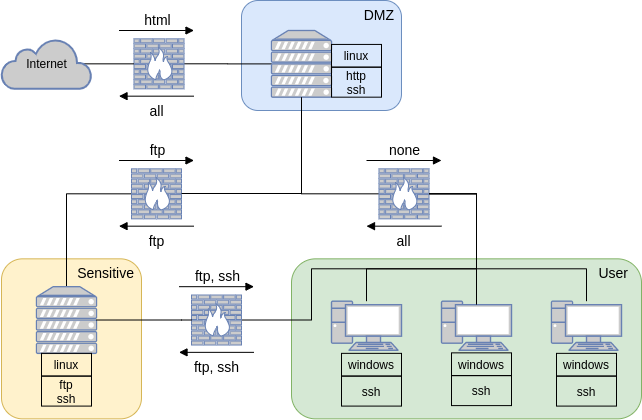
Before: docs/source/tutorials/example_network.png, a diagram exported from draw.io (Jjschwartz/NetworkAttackSimulator). Source tidied: cells renumbered, new cells last; positions are measured from the earlier drawing's top-left corner, leaving out a move shared by most shapes.
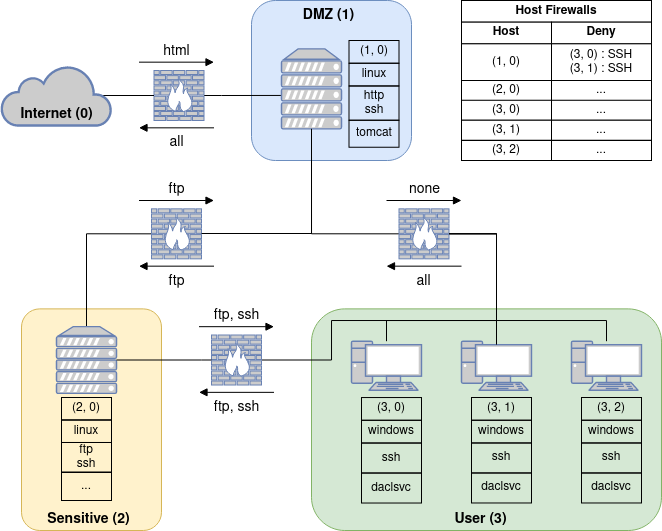
Above is the later version.

The edit, as a diff of the source:
```diff
@@ -2,30 +2,36 @@
   <root>
     <mxCell id="0" />
     <mxCell id="1" parent="0" />
-    <mxCell id="2" value="User" style="rounded=1;whiteSpace=wrap;html=1;verticalAlign=top;labelPosition=center;verticalLabelPosition=middle;align=right;fillColor=#d5e8d4;strokeColor=#82b366;spacingLeft=0;fontSize=14;spacingRight=11;" parent="1" vertex="1">
-      <mxGeometry x="290" y="258.3" width="350" height="160" as="geometry" />
+    <mxCell id="2" value="&lt;b&gt;User (3)&lt;/b&gt;" style="rounded=1;whiteSpace=wrap;html=1;verticalAlign=bottom;labelPosition=center;verticalLabelPosition=middle;align=center;fillColor=#d5e8d4;strokeColor=#82b366;spacingLeft=0;fontSize=14;spacingRight=11;" parent="1" vertex="1">
+      <mxGeometry x="290" y="268.4" width="350" height="221.6" as="geometry" />
     </mxCell>
-    <mxCell id="3" value="Sensitive" style="rounded=1;whiteSpace=wrap;html=1;verticalAlign=top;labelPosition=center;verticalLabelPosition=middle;align=right;fillColor=#fff2cc;strokeColor=#d6b656;spacingLeft=0;fontSize=14;spacingRight=5;" parent="1" vertex="1">
-      <mxGeometry y="258.3" width="140" height="160" as="geometry" />
+    <mxCell id="3" value="&lt;b&gt;Sensitive (2)&lt;/b&gt;" style="rounded=1;whiteSpace=wrap;html=1;verticalAlign=bottom;labelPosition=center;verticalLabelPosition=middle;align=center;fillColor=#fff2cc;strokeColor=#d6b656;spacingLeft=0;fontSize=14;spacingRight=5;arcSize=13;" parent="1" vertex="1">
+      <mxGeometry y="268.4" width="140" height="221.6" as="geometry" />
     </mxCell>
-    <mxCell id="4" value="DMZ" style="rounded=1;whiteSpace=wrap;html=1;verticalAlign=top;align=right;fillColor=#dae8fc;strokeColor=#6c8ebf;spacingLeft=0;fontSize=14;spacingRight=5;" parent="1" vertex="1">
-      <mxGeometry x="240" width="160" height="110" as="geometry" />
+    <mxCell id="4" value="&lt;b&gt;DMZ (1)&lt;/b&gt;" style="rounded=1;whiteSpace=wrap;html=1;verticalAlign=top;align=center;fillColor=#dae8fc;strokeColor=#6c8ebf;spacingLeft=0;fontSize=14;spacingRight=5;" parent="1" vertex="1">
+      <mxGeometry x="230" y="-40" width="160" height="160" as="geometry" />
     </mxCell>
-    <mxCell id="5" style="edgeStyle=orthogonalEdgeStyle;rounded=0;jettySize=auto;html=1;endArrow=none;endFill=0;fontColor=#000000;" parent="1" edge="1" source="6" target="8">
-      <mxGeometry relative="1" as="geometry" />
+    <mxCell id="5" style="edgeStyle=orthogonalEdgeStyle;rounded=0;jettySize=auto;html=1;endArrow=none;endFill=0;fontColor=#000000;" parent="1" edge="1" source="6">
+      <mxGeometry relative="1" as="geometry">
+        <mxPoint x="260" y="54.9" as="targetPoint" />
+        <Array as="points">
+          <mxPoint x="200" y="54.7" />
+          <mxPoint x="200" y="54.7" />
+        </Array>
+      </mxGeometry>
     </mxCell>
     <mxCell id="6" style="fontColor=#0066CC;verticalAlign=top;verticalLabelPosition=bottom;labelPosition=center;align=center;html=1;outlineConnect=0;fillColor=#CCCCCC;strokeColor=#6881B3;gradientColor=none;gradientDirection=north;strokeWidth=2;shape=mxgraph.networks.firewall;" parent="1" vertex="1">
-      <mxGeometry x="132.5" y="38.3" width="50" height="50" as="geometry" />
+      <mxGeometry x="132.5" y="30" width="50" height="50" as="geometry" />
     </mxCell>
     <mxCell id="7" style="edgeStyle=orthogonalEdgeStyle;rounded=0;jettySize=auto;html=1;endArrow=none;endFill=0;fontColor=#000000;exitX=0.5;exitY=1;exitDx=0;exitDy=0;exitPerimeter=0;entryX=0;entryY=0.5;entryDx=0;entryDy=0;entryPerimeter=0;" parent="1" edge="1" source="8" target="16">
       <mxGeometry relative="1" as="geometry">
         <Array as="points">
-          <mxPoint x="300" y="193" />
+          <mxPoint x="290" y="193" />
         </Array>
       </mxGeometry>
     </mxCell>
     <mxCell id="8" style="fontColor=#0066CC;verticalAlign=top;verticalLabelPosition=bottom;labelPosition=center;align=center;html=1;outlineConnect=0;fillColor=#CCCCCC;strokeColor=#6881B3;gradientColor=none;gradientDirection=north;strokeWidth=2;shape=mxgraph.networks.server;" parent="1" vertex="1">
-      <mxGeometry x="270" y="30" width="60" height="66.7" as="geometry" />
+      <mxGeometry x="260" y="8.3" width="60" height="80" as="geometry" />
     </mxCell>
     <mxCell id="9" style="edgeStyle=orthogonalEdgeStyle;rounded=0;jettySize=auto;html=1;endArrow=none;endFill=0;fontColor=#000000;entryX=0;entryY=0.5;entryDx=0;entryDy=0;entryPerimeter=0;" parent="1" edge="1" source="10" target="14">
       <mxGeometry relative="1" as="geometry">
@@ -52,8 +58,9 @@
     <mxCell id="15" style="edgeStyle=orthogonalEdgeStyle;rounded=0;jettySize=auto;html=1;endArrow=none;endFill=0;fontColor=#000000;" parent="1" edge="1" source="16" target="11">
       <mxGeometry relative="1" as="geometry">
         <Array as="points">
-          <mxPoint x="475" y="268.3" />
-          <mxPoint x="365" y="268.3" />
+          <mxPoint x="475" y="193" />
+          <mxPoint x="475" y="280" />
+          <mxPoint x="365" y="280" />
         </Array>
       </mxGeometry>
     </mxCell>
@@ -63,13 +70,13 @@
     <mxCell id="17" style="edgeStyle=orthogonalEdgeStyle;rounded=0;jettySize=auto;html=1;fontColor=#000000;endArrow=none;endFill=0;exitX=0.06;exitY=0.5;exitDx=0;exitDy=0;exitPerimeter=0;" parent="1" edge="1" source="18" target="6">
       <mxGeometry relative="1" as="geometry" />
     </mxCell>
-    <mxCell id="18" value="Internet" style="html=1;outlineConnect=0;fillColor=#CCCCCC;strokeColor=#6881B3;gradientColor=none;gradientDirection=north;strokeWidth=2;shape=mxgraph.networks.cloud;" parent="1" vertex="1">
-      <mxGeometry y="38.3" width="90" height="50" as="geometry" />
+    <mxCell id="18" value="&lt;div style=&quot;font-size: 14px&quot;&gt;&lt;b style=&quot;font-size: 14px&quot;&gt;&lt;font style=&quot;font-size: 14px&quot;&gt;Internet (0)&lt;br style=&quot;font-size: 14px&quot;&gt;&lt;/font&gt;&lt;/b&gt;&lt;/div&gt;" style="html=1;outlineConnect=0;fillColor=#CCCCCC;strokeColor=#6881B3;gradientColor=none;gradientDirection=north;strokeWidth=2;shape=mxgraph.networks.cloud;verticalAlign=bottom;fontSize=14;" parent="1" vertex="1">
+      <mxGeometry x="-20" y="25" width="110" height="60" as="geometry" />
     </mxCell>
     <mxCell id="19" style="edgeStyle=orthogonalEdgeStyle;rounded=0;jettySize=auto;html=1;endArrow=none;endFill=0;fontColor=#000000;exitX=0.5;exitY=1;exitDx=0;exitDy=0;exitPerimeter=0;" parent="1" edge="1" source="8" target="14">
       <mxGeometry relative="1" as="geometry">
         <Array as="points">
-          <mxPoint x="300" y="193" />
+          <mxPoint x="290" y="193" />
         </Array>
       </mxGeometry>
     </mxCell>
@@ -84,108 +91,178 @@
     <mxCell id="21" style="edgeStyle=orthogonalEdgeStyle;rounded=0;jettySize=auto;html=1;endArrow=none;endFill=0;fontColor=#000000;" parent="1" edge="1" source="16" target="13">
       <mxGeometry relative="1" as="geometry">
         <Array as="points">
-          <mxPoint x="475" y="268.3" />
-          <mxPoint x="585" y="268.3" />
+          <mxPoint x="475" y="193" />
+          <mxPoint x="475" y="280" />
+          <mxPoint x="585" y="280" />
         </Array>
       </mxGeometry>
     </mxCell>
     <mxCell id="22" value="http&lt;br&gt;ssh" style="text;html=1;align=center;verticalAlign=middle;whiteSpace=wrap;rounded=0;fontSize=12;strokeColor=#000000;" parent="1" vertex="1">
-      <mxGeometry x="330" y="66.7" width="50" height="30" as="geometry" />
+      <mxGeometry x="327.5" y="45.5" width="50" height="34.3" as="geometry" />
     </mxCell>
     <mxCell id="23" value="linux" style="text;html=1;align=center;verticalAlign=middle;whiteSpace=wrap;rounded=0;fontSize=12;strokeColor=#000000;" parent="1" vertex="1">
-      <mxGeometry x="330" y="43.9" width="50" height="22.7" as="geometry" />
+      <mxGeometry x="327.5" y="22.7" width="50" height="22.7" as="geometry" />
     </mxCell>
     <mxCell id="24" value="ftp&lt;br&gt;ssh" style="text;html=1;align=center;verticalAlign=middle;whiteSpace=wrap;rounded=0;fontSize=12;strokeColor=#000000;" parent="1" vertex="1">
-      <mxGeometry x="40" y="375.6" width="50" height="30" as="geometry" />
+      <mxGeometry x="40" y="402" width="50" height="30" as="geometry" />
     </mxCell>
     <mxCell id="25" value="linux" style="text;html=1;align=center;verticalAlign=middle;whiteSpace=wrap;rounded=0;fontSize=12;strokeColor=#000000;" parent="1" vertex="1">
-      <mxGeometry x="40" y="352.8" width="50" height="22.7" as="geometry" />
+      <mxGeometry x="40" y="379.2" width="50" height="22.7" as="geometry" />
     </mxCell>
     <mxCell id="26" value="ssh" style="text;html=1;align=center;verticalAlign=middle;whiteSpace=wrap;rounded=0;fontSize=12;strokeColor=#000000;" parent="1" vertex="1">
-      <mxGeometry x="340" y="375.6" width="60" height="30" as="geometry" />
+      <mxGeometry x="340" y="402.5" width="60" height="30" as="geometry" />
     </mxCell>
     <mxCell id="27" value="windows" style="text;html=1;align=center;verticalAlign=middle;whiteSpace=wrap;rounded=0;fontSize=12;strokeColor=#000000;" parent="1" vertex="1">
-      <mxGeometry x="340" y="352.8" width="60" height="22.7" as="geometry" />
+      <mxGeometry x="340" y="379.8" width="60" height="22.7" as="geometry" />
     </mxCell>
-    <mxCell id="28" value="ssh" style="text;html=1;align=center;verticalAlign=middle;whiteSpace=wrap;rounded=0;fontSize=12;strokeColor=#000000;" parent="1" vertex="1">
-      <mxGeometry x="450" y="375.1" width="60" height="30" as="geometry" />
+    <mxCell id="28" style="edgeStyle=orthogonalEdgeStyle;rounded=0;jettySize=auto;html=1;exitX=1;exitY=0.5;exitDx=0;exitDy=0;exitPerimeter=0;entryX=0.5;entryY=0.07;entryDx=0;entryDy=0;entryPerimeter=0;endArrow=none;endFill=0;fontSize=14;fontColor=#000000;align=right;" parent="1" edge="1" source="29" target="12">
+      <mxGeometry relative="1" as="geometry">
+        <Array as="points">
+          <mxPoint x="310" y="320" />
+          <mxPoint x="310" y="280" />
+          <mxPoint x="475" y="280" />
+        </Array>
+      </mxGeometry>
     </mxCell>
-    <mxCell id="29" value="windows" style="text;html=1;align=center;verticalAlign=middle;whiteSpace=wrap;rounded=0;fontSize=12;strokeColor=#000000;" parent="1" vertex="1">
-      <mxGeometry x="450" y="352.4" width="60" height="22.7" as="geometry" />
+    <mxCell id="29" style="fontColor=#0066CC;verticalAlign=top;verticalLabelPosition=bottom;labelPosition=center;align=center;html=1;outlineConnect=0;fillColor=#CCCCCC;strokeColor=#6881B3;gradientColor=none;gradientDirection=north;strokeWidth=2;shape=mxgraph.networks.firewall;" parent="1" vertex="1">
+      <mxGeometry x="190" y="294.5" width="50" height="50" as="geometry" />
     </mxCell>
-    <mxCell id="30" value="ssh" style="text;html=1;align=center;verticalAlign=middle;whiteSpace=wrap;rounded=0;fontSize=12;strokeColor=#000000;" parent="1" vertex="1">
-      <mxGeometry x="555" y="375.6" width="60" height="30" as="geometry" />
+    <mxCell id="30" style="edgeStyle=orthogonalEdgeStyle;rounded=0;jettySize=auto;html=1;endArrow=none;endFill=0;fontColor=#000000;entryX=1;entryY=0.5;entryDx=0;entryDy=0;entryPerimeter=0;exitX=0;exitY=0.5;exitDx=0;exitDy=0;exitPerimeter=0;" parent="1" edge="1" source="29" target="10">
+      <mxGeometry relative="1" as="geometry">
+        <Array as="points">
+          <mxPoint x="180" y="319.3" />
+          <mxPoint x="180" y="319.3" />
+        </Array>
+      </mxGeometry>
     </mxCell>
-    <mxCell id="31" value="windows" style="text;html=1;align=center;verticalAlign=middle;whiteSpace=wrap;rounded=0;fontSize=12;strokeColor=#000000;" parent="1" vertex="1">
-      <mxGeometry x="555" y="352.8" width="60" height="22.7" as="geometry" />
+    <mxCell id="31" value="html" style="html=1;verticalAlign=bottom;endArrow=block;fontSize=14;fontColor=#000000;align=center;" parent="1" edge="1">
+      <mxGeometry relative="1" as="geometry">
+        <mxPoint x="117.5" y="21.7" as="sourcePoint" />
+        <mxPoint x="192.5" y="21.7" as="targetPoint" />
+      </mxGeometry>
     </mxCell>
-    <mxCell id="32" style="edgeStyle=orthogonalEdgeStyle;rounded=0;jettySize=auto;html=1;exitX=1;exitY=0.5;exitDx=0;exitDy=0;exitPerimeter=0;entryX=0.5;entryY=0.07;entryDx=0;entryDy=0;entryPerimeter=0;endArrow=none;endFill=0;fontSize=14;fontColor=#000000;align=right;" parent="1" edge="1" source="33" target="12">
+    <mxCell id="32" value="all" style="html=1;verticalAlign=top;endArrow=block;fontSize=14;fontColor=#000000;align=center;" parent="1" edge="1">
       <mxGeometry relative="1" as="geometry">
-        <Array as="points">
-          <mxPoint x="310" y="319.3" />
-          <mxPoint x="310" y="268.3" />
-          <mxPoint x="475" y="268.3" />
-        </Array>
+        <mxPoint x="192.5" y="87.3" as="sourcePoint" />
+        <mxPoint x="117.5" y="87.3" as="targetPoint" />
       </mxGeometry>
     </mxCell>
-    <mxCell id="33" style="fontColor=#0066CC;verticalAlign=top;verticalLabelPosition=bottom;labelPosition=center;align=center;html=1;outlineConnect=0;fillColor=#CCCCCC;strokeColor=#6881B3;gradientColor=none;gradientDirection=north;strokeWidth=2;shape=mxgraph.networks.firewall;" parent="1" vertex="1">
-      <mxGeometry x="190" y="294.5" width="50" height="50" as="geometry" />
+    <mxCell id="33" value="ftp" style="html=1;verticalAlign=bottom;endArrow=block;fontSize=14;fontColor=#000000;align=center;" parent="1" edge="1">
+      <mxGeometry relative="1" as="geometry">
+        <mxPoint x="117.5" y="160" as="sourcePoint" />
+        <mxPoint x="192.5" y="160" as="targetPoint" />
+      </mxGeometry>
     </mxCell>
-    <mxCell id="34" style="edgeStyle=orthogonalEdgeStyle;rounded=0;jettySize=auto;html=1;endArrow=none;endFill=0;fontColor=#000000;entryX=1;entryY=0.5;entryDx=0;entryDy=0;entryPerimeter=0;exitX=0;exitY=0.5;exitDx=0;exitDy=0;exitPerimeter=0;" parent="1" edge="1" source="33" target="10">
+    <mxCell id="34" value="ftp" style="html=1;verticalAlign=top;endArrow=block;fontSize=14;fontColor=#000000;align=center;" parent="1" edge="1">
       <mxGeometry relative="1" as="geometry">
-        <Array as="points">
-          <mxPoint x="180" y="319.3" />
-          <mxPoint x="180" y="319.3" />
-        </Array>
+        <mxPoint x="192.5" y="225.7" as="sourcePoint" />
+        <mxPoint x="117.5" y="225.7" as="targetPoint" />
       </mxGeometry>
     </mxCell>
-    <mxCell id="35" value="html" style="html=1;verticalAlign=bottom;endArrow=block;fontSize=14;fontColor=#000000;align=center;" parent="1" edge="1">
+    <mxCell id="35" value="ftp, ssh" style="html=1;verticalAlign=top;endArrow=block;fontSize=14;fontColor=#000000;align=center;" parent="1" edge="1">
       <mxGeometry relative="1" as="geometry">
-        <mxPoint x="117.5" y="30" as="sourcePoint" />
-        <mxPoint x="192.5" y="30" as="targetPoint" />
+        <mxPoint x="252.5" y="351.9" as="sourcePoint" />
+        <mxPoint x="177.5" y="351.9" as="targetPoint" />
       </mxGeometry>
     </mxCell>
-    <mxCell id="36" value="all" style="html=1;verticalAlign=top;endArrow=block;fontSize=14;fontColor=#000000;align=center;" parent="1" edge="1">
+    <mxCell id="36" value="ftp, ssh" style="html=1;verticalAlign=bottom;endArrow=block;fontSize=14;fontColor=#000000;align=center;" parent="1" edge="1">
       <mxGeometry relative="1" as="geometry">
-        <mxPoint x="192.5" y="95.7" as="sourcePoint" />
-        <mxPoint x="117.5" y="95.7" as="targetPoint" />
+        <mxPoint x="177.5" y="286.2" as="sourcePoint" />
+        <mxPoint x="252.5" y="286.2" as="targetPoint" />
       </mxGeometry>
     </mxCell>
-    <mxCell id="37" value="ftp" style="html=1;verticalAlign=bottom;endArrow=block;fontSize=14;fontColor=#000000;align=center;" parent="1" edge="1">
+    <mxCell id="37" value="none" style="html=1;verticalAlign=bottom;endArrow=block;fontSize=14;fontColor=#000000;align=center;" parent="1" edge="1">
       <mxGeometry relative="1" as="geometry">
-        <mxPoint x="117.5" y="160" as="sourcePoint" />
-        <mxPoint x="192.5" y="160" as="targetPoint" />
+        <mxPoint x="365" y="160" as="sourcePoint" />
+        <mxPoint x="440" y="160" as="targetPoint" />
       </mxGeometry>
     </mxCell>
-    <mxCell id="38" value="ftp" style="html=1;verticalAlign=top;endArrow=block;fontSize=14;fontColor=#000000;align=center;" parent="1" edge="1">
+    <mxCell id="38" value="all" style="html=1;verticalAlign=top;endArrow=block;fontSize=14;fontColor=#000000;align=center;" parent="1" edge="1">
       <mxGeometry relative="1" as="geometry">
-        <mxPoint x="192.5" y="225.7" as="sourcePoint" />
-        <mxPoint x="117.5" y="225.7" as="targetPoint" />
+        <mxPoint x="440" y="225.7" as="sourcePoint" />
+        <mxPoint x="365" y="225.7" as="targetPoint" />
       </mxGeometry>
     </mxCell>
-    <mxCell id="39" value="ftp, ssh" style="html=1;verticalAlign=top;endArrow=block;fontSize=14;fontColor=#000000;align=center;" parent="1" edge="1">
-      <mxGeometry relative="1" as="geometry">
-        <mxPoint x="252.5" y="351.9" as="sourcePoint" />
-        <mxPoint x="177.5" y="351.9" as="targetPoint" />
-      </mxGeometry>
+    <mxCell id="39" value="tomcat" style="text;html=1;align=center;verticalAlign=middle;whiteSpace=wrap;rounded=0;fontSize=12;strokeColor=#000000;" parent="1" vertex="1">
+      <mxGeometry x="327.5" y="79.7" width="50" height="27" as="geometry" />
     </mxCell>
-    <mxCell id="40" value="ftp, ssh" style="html=1;verticalAlign=bottom;endArrow=block;fontSize=14;fontColor=#000000;align=center;" parent="1" edge="1">
-      <mxGeometry relative="1" as="geometry">
-        <mxPoint x="177.5" y="286.2" as="sourcePoint" />
-        <mxPoint x="252.5" y="286.2" as="targetPoint" />
-      </mxGeometry>
+    <mxCell id="40" value="daclsvc" style="text;html=1;align=center;verticalAlign=middle;whiteSpace=wrap;rounded=0;fontSize=12;strokeColor=#000000;" parent="1" vertex="1">
+      <mxGeometry x="340" y="432.5" width="60" height="30" as="geometry" />
     </mxCell>
-    <mxCell id="41" value="none" style="html=1;verticalAlign=bottom;endArrow=block;fontSize=14;fontColor=#000000;align=center;" parent="1" edge="1">
-      <mxGeometry relative="1" as="geometry">
-        <mxPoint x="365" y="160" as="sourcePoint" />
-        <mxPoint x="440" y="160" as="targetPoint" />
-      </mxGeometry>
+    <mxCell id="41" value="..." style="text;html=1;align=center;verticalAlign=middle;whiteSpace=wrap;rounded=0;fontSize=12;strokeColor=#000000;" parent="1" vertex="1">
+      <mxGeometry x="40" y="431.5" width="50" height="28.5" as="geometry" />
     </mxCell>
-    <mxCell id="42" value="all" style="html=1;verticalAlign=top;endArrow=block;fontSize=14;fontColor=#000000;align=center;" parent="1" edge="1">
-      <mxGeometry relative="1" as="geometry">
-        <mxPoint x="440" y="225.7" as="sourcePoint" />
-        <mxPoint x="365" y="225.7" as="targetPoint" />
-      </mxGeometry>
+    <mxCell id="42" value="Host Firewalls" style="rounded=0;whiteSpace=wrap;html=1;fontStyle=1;" parent="1" vertex="1">
+      <mxGeometry x="440" y="-40" width="190" height="21.7" as="geometry" />
     </mxCell>
+    <mxCell id="43" value="Host" style="rounded=0;whiteSpace=wrap;html=1;fontStyle=1;" parent="1" vertex="1">
+      <mxGeometry x="440" y="-18.3" width="90" height="21.7" as="geometry" />
+    </mxCell>
+    <mxCell id="44" value="Deny" style="rounded=0;whiteSpace=wrap;html=1;fontStyle=1;" parent="1" vertex="1">
+      <mxGeometry x="530" y="-18.3" width="100" height="21.7" as="geometry" />
+    </mxCell>
+    <mxCell id="45" value="(1, 0)" style="rounded=0;whiteSpace=wrap;html=1;fontStyle=0;" parent="1" vertex="1">
+      <mxGeometry x="440" y="3.3" width="90" height="36.7" as="geometry" />
+    </mxCell>
+    <mxCell id="46" value="&lt;div&gt;(3, 0) : SSH&lt;/div&gt;&lt;div&gt;(3, 1) : SSH&lt;/div&gt;" style="rounded=0;whiteSpace=wrap;html=1;fontStyle=0;" parent="1" vertex="1">
+      <mxGeometry x="530" y="3.3" width="100" height="36.7" as="geometry" />
+    </mxCell>
+    <mxCell id="47" value="(2, 0)" style="text;html=1;align=center;verticalAlign=middle;whiteSpace=wrap;rounded=0;fontSize=12;strokeColor=#000000;" parent="1" vertex="1">
+      <mxGeometry x="40" y="357" width="50" height="22.7" as="geometry" />
+    </mxCell>
+    <mxCell id="48" value="(3, 0)" style="text;html=1;align=center;verticalAlign=middle;whiteSpace=wrap;rounded=0;fontSize=12;strokeColor=#000000;" parent="1" vertex="1">
+      <mxGeometry x="340" y="357" width="60" height="22.7" as="geometry" />
+    </mxCell>
+    <mxCell id="49" value="(3, 1)" style="text;html=1;align=center;verticalAlign=middle;whiteSpace=wrap;rounded=0;fontSize=12;strokeColor=#000000;" parent="1" vertex="1">
+      <mxGeometry x="450" y="357" width="60" height="22.7" as="geometry" />
+    </mxCell>
+    <mxCell id="50" value="windows" style="text;html=1;align=center;verticalAlign=middle;whiteSpace=wrap;rounded=0;fontSize=12;strokeColor=#000000;" parent="1" vertex="1">
+      <mxGeometry x="450" y="379.7" width="60" height="22.7" as="geometry" />
+    </mxCell>
+    <mxCell id="51" value="ssh" style="text;html=1;align=center;verticalAlign=middle;whiteSpace=wrap;rounded=0;fontSize=12;strokeColor=#000000;" parent="1" vertex="1">
+      <mxGeometry x="450" y="402.5" width="60" height="30" as="geometry" />
+    </mxCell>
+    <mxCell id="52" value="daclsvc" style="text;html=1;align=center;verticalAlign=middle;whiteSpace=wrap;rounded=0;fontSize=12;strokeColor=#000000;" parent="1" vertex="1">
+      <mxGeometry x="450" y="432.5" width="60" height="30" as="geometry" />
+    </mxCell>
+    <mxCell id="53" value="(3, 2)" style="text;html=1;align=center;verticalAlign=middle;whiteSpace=wrap;rounded=0;fontSize=12;strokeColor=#000000;" parent="1" vertex="1">
+      <mxGeometry x="560" y="357" width="60" height="22.7" as="geometry" />
+    </mxCell>
+    <mxCell id="54" value="windows" style="text;html=1;align=center;verticalAlign=middle;whiteSpace=wrap;rounded=0;fontSize=12;strokeColor=#000000;" parent="1" vertex="1">
+      <mxGeometry x="560" y="379.7" width="60" height="22.7" as="geometry" />
+    </mxCell>
+    <mxCell id="55" value="ssh" style="text;html=1;align=center;verticalAlign=middle;whiteSpace=wrap;rounded=0;fontSize=12;strokeColor=#000000;" parent="1" vertex="1">
+      <mxGeometry x="560" y="402.5" width="60" height="30" as="geometry" />
+    </mxCell>
+    <mxCell id="56" value="daclsvc" style="text;html=1;align=center;verticalAlign=middle;whiteSpace=wrap;rounded=0;fontSize=12;strokeColor=#000000;" parent="1" vertex="1">
+      <mxGeometry x="560" y="432.5" width="60" height="30" as="geometry" />
+    </mxCell>
+    <mxCell id="57" value="(1, 0)" style="text;html=1;align=center;verticalAlign=middle;whiteSpace=wrap;rounded=0;fontSize=12;strokeColor=#000000;" parent="1" vertex="1">
+      <mxGeometry x="327.5" width="50" height="22.7" as="geometry" />
+    </mxCell>
+    <mxCell id="58" value="(2, 0)" style="rounded=0;whiteSpace=wrap;html=1;fontStyle=0;" parent="1" vertex="1">
+      <mxGeometry x="440" y="40" width="90" height="20" as="geometry" />
+    </mxCell>
+    <mxCell id="59" value="..." style="rounded=0;whiteSpace=wrap;html=1;fontStyle=0;" parent="1" vertex="1">
+      <mxGeometry x="530" y="40" width="100" height="20" as="geometry" />
+    </mxCell>
+    <mxCell id="60" value="(3, 0)" style="rounded=0;whiteSpace=wrap;html=1;fontStyle=0;" parent="1" vertex="1">
+      <mxGeometry x="440" y="59.7" width="90" height="20" as="geometry" />
+    </mxCell>
+    <mxCell id="61" value="..." style="rounded=0;whiteSpace=wrap;html=1;fontStyle=0;" parent="1" vertex="1">
+      <mxGeometry x="530" y="59.7" width="100" height="20" as="geometry" />
+    </mxCell>
+    <mxCell id="62" value="(3, 1)" style="rounded=0;whiteSpace=wrap;html=1;fontStyle=0;" parent="1" vertex="1">
+      <mxGeometry x="440" y="79.7" width="90" height="20" as="geometry" />
+    </mxCell>
+    <mxCell id="63" value="..." style="rounded=0;whiteSpace=wrap;html=1;fontStyle=0;" parent="1" vertex="1">
+      <mxGeometry x="530" y="79.7" width="100" height="20" as="geometry" />
+    </mxCell>
+    <mxCell id="64" value="(3, 2)" style="rounded=0;whiteSpace=wrap;html=1;fontStyle=0;" parent="1" vertex="1">
+      <mxGeometry x="440" y="100" width="90" height="20" as="geometry" />
+    </mxCell>
+    <mxCell id="65" value="..." style="rounded=0;whiteSpace=wrap;html=1;fontStyle=0;" parent="1" vertex="1">
+      <mxGeometry x="530" y="100" width="100" height="20" as="geometry" />
+    </mxCell>
   </root>
 </mxGraphModel>
```
